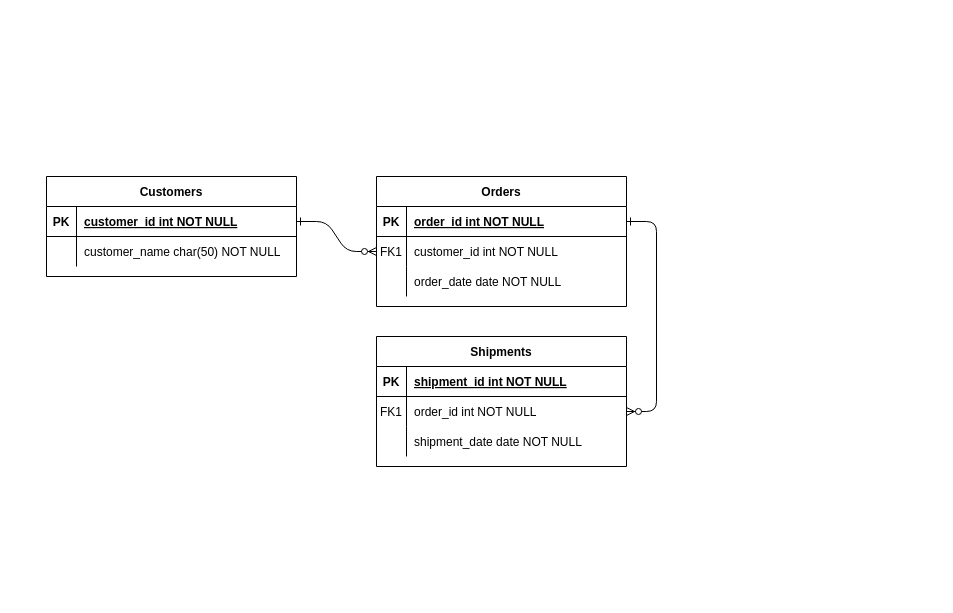
Above: Modelo relacional 8.drawio in Ash-code12/Diagramas (draw.io), before the change. Source tidied: cells renumbered, new cells numbered last; positions are measured from the earlier drawing's top-left corner, leaving out a move shared by most shapes. Both pictures are drawn from the tidied source at 100%, with x=0, y=0 at pixel (46, 176).
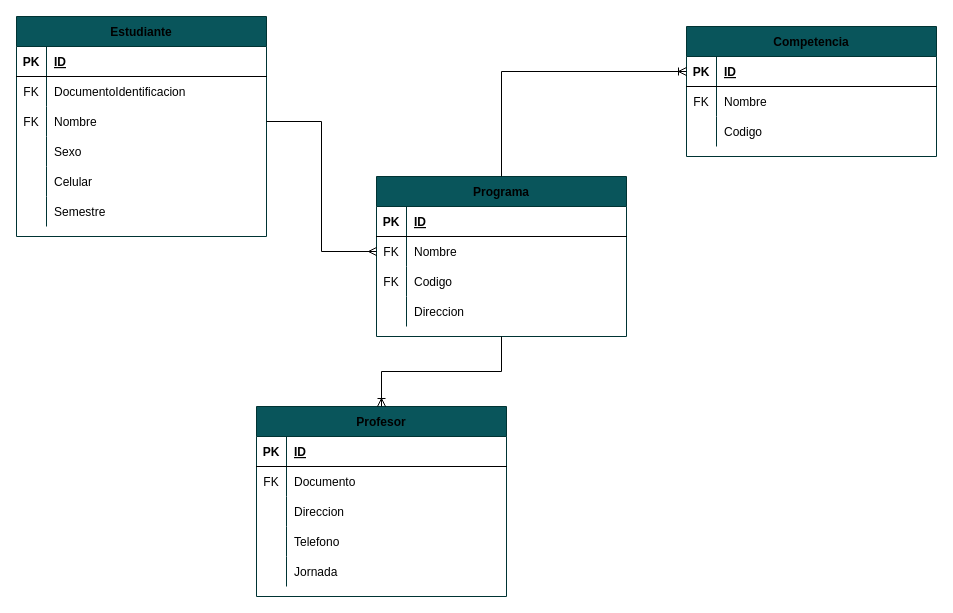
The same page after the edit.

Diff of the diagram source:
```diff
@@
-    <mxCell id="2" style="edgeStyle=entityRelationEdgeStyle;endArrow=ERzeroToMany;startArrow=ERone;endFill=1;startFill=0;" parent="1" edge="1" source="25" target="8">
-      <mxGeometry relative="1" as="geometry" />
-    </mxCell>
-    <mxCell id="3" style="edgeStyle=entityRelationEdgeStyle;endArrow=ERzeroToMany;startArrow=ERone;endFill=1;startFill=0;" parent="1" edge="1" source="5" target="18">
-      <mxGeometry relative="1" as="geometry" />
-    </mxCell>
-    <mxCell id="4" value="Orders" style="shape=table;startSize=30;childLayout=tableLayout;rowLines=0;fontStyle=1;align=center;" parent="1" vertex="1">
-      <mxGeometry x="330" width="250" height="130" as="geometry" />
+    <mxCell id="4" value="Programa" style="shape=table;startSize=30;childLayout=tableLayout;rowLines=0;fontStyle=1;align=center;labelBackgroundColor=none;fillColor=#09555B;strokeColor=#003333;" parent="1" vertex="1">
+      <mxGeometry x="330" width="250" height="160" as="geometry" />
     </mxCell>
-    <mxCell id="5" style="shape=partialRectangle;fillColor=none;points=[[0,0.5],[1,0.5]];portConstraint=eastwest;top=0;left=0;right=0;bottom=1;" parent="4" vertex="1">
+    <mxCell id="5" style="shape=partialRectangle;fillColor=none;points=[[0,0.5],[1,0.5]];portConstraint=eastwest;top=0;left=0;right=0;bottom=1;labelBackgroundColor=none;" parent="4" vertex="1">
       <mxGeometry y="30" width="250" height="30" as="geometry" />
     </mxCell>
-    <mxCell id="6" value="PK" style="shape=partialRectangle;overflow=hidden;fillColor=none;top=0;left=0;bottom=0;right=0;fontStyle=1;" parent="5" vertex="1">
+    <mxCell id="6" value="PK" style="shape=partialRectangle;overflow=hidden;fillColor=none;top=0;left=0;bottom=0;right=0;fontStyle=1;labelBackgroundColor=none;" parent="5" vertex="1">
       <mxGeometry width="30" height="30" as="geometry" />
     </mxCell>
-    <mxCell id="7" value="order_id int NOT NULL " style="shape=partialRectangle;overflow=hidden;fillColor=none;top=0;left=0;bottom=0;right=0;align=left;spacingLeft=6;fontStyle=5;" parent="5" vertex="1">
+    <mxCell id="7" value="ID" style="shape=partialRectangle;overflow=hidden;fillColor=none;top=0;left=0;bottom=0;right=0;align=left;spacingLeft=6;fontStyle=5;labelBackgroundColor=none;" parent="5" vertex="1">
       <mxGeometry x="30" width="220" height="30" as="geometry" />
     </mxCell>
-    <mxCell id="8" style="shape=partialRectangle;fillColor=none;points=[[0,0.5],[1,0.5]];portConstraint=eastwest;top=0;left=0;right=0;bottom=0;" parent="4" vertex="1">
+    <mxCell id="8" style="shape=partialRectangle;fillColor=none;points=[[0,0.5],[1,0.5]];portConstraint=eastwest;top=0;left=0;right=0;bottom=0;labelBackgroundColor=none;" parent="4" vertex="1">
       <mxGeometry y="60" width="250" height="30" as="geometry" />
     </mxCell>
-    <mxCell id="9" value="FK1" style="shape=partialRectangle;overflow=hidden;fillColor=none;top=0;left=0;bottom=0;right=0;" parent="8" vertex="1">
+    <mxCell id="9" value="FK" style="shape=partialRectangle;overflow=hidden;fillColor=none;top=0;left=0;bottom=0;right=0;labelBackgroundColor=none;" parent="8" vertex="1">
       <mxGeometry width="30" height="30" as="geometry" />
     </mxCell>
-    <mxCell id="10" value="customer_id int NOT NULL" style="shape=partialRectangle;overflow=hidden;fillColor=none;top=0;left=0;bottom=0;right=0;align=left;spacingLeft=6;" parent="8" vertex="1">
+    <mxCell id="10" value="Nombre" style="shape=partialRectangle;overflow=hidden;fillColor=none;top=0;left=0;bottom=0;right=0;align=left;spacingLeft=6;labelBackgroundColor=none;" parent="8" vertex="1">
       <mxGeometry x="30" width="220" height="30" as="geometry" />
     </mxCell>
-    <mxCell id="11" style="shape=partialRectangle;fillColor=none;top=0;left=0;right=0;bottom=0;" parent="4" vertex="1">
+    <mxCell id="11" style="shape=partialRectangle;fillColor=none;top=0;left=0;right=0;bottom=0;labelBackgroundColor=none;" parent="4" vertex="1">
       <mxGeometry y="90" width="250" height="30" as="geometry" />
     </mxCell>
-    <mxCell id="12" style="shape=partialRectangle;overflow=hidden;fillColor=none;top=0;left=0;bottom=0;right=0;" parent="11" vertex="1">
+    <mxCell id="12" value="FK" style="shape=partialRectangle;overflow=hidden;fillColor=none;top=0;left=0;bottom=0;right=0;labelBackgroundColor=none;" parent="11" vertex="1">
       <mxGeometry width="30" height="30" as="geometry" />
     </mxCell>
-    <mxCell id="13" value="order_date date NOT NULL" style="shape=partialRectangle;overflow=hidden;fillColor=none;top=0;left=0;bottom=0;right=0;align=left;spacingLeft=6;" parent="11" vertex="1">
+    <mxCell id="13" value="Codigo" style="shape=partialRectangle;overflow=hidden;fillColor=none;top=0;left=0;bottom=0;right=0;align=left;spacingLeft=6;labelBackgroundColor=none;strokeColor=#003333;" parent="11" vertex="1">
       <mxGeometry x="30" width="220" height="30" as="geometry" />
     </mxCell>
+    <mxCell id="31" style="shape=partialRectangle;fillColor=none;top=0;left=0;right=0;bottom=0;labelBackgroundColor=none;" parent="4" vertex="1">
+      <mxGeometry y="120" width="250" height="30" as="geometry" />
+    </mxCell>
+    <mxCell id="32" style="shape=partialRectangle;overflow=hidden;fillColor=none;top=0;left=0;bottom=0;right=0;labelBackgroundColor=none;" parent="31" vertex="1">
+      <mxGeometry width="30" height="30" as="geometry" />
+    </mxCell>
+    <mxCell id="33" value="Direccion" style="shape=partialRectangle;overflow=hidden;fillColor=none;top=0;left=0;bottom=0;right=0;align=left;spacingLeft=6;labelBackgroundColor=none;" parent="31" vertex="1">
+      <mxGeometry x="30" width="220" height="30" as="geometry" />
+    </mxCell>
-    <mxCell id="14" value="Shipments" style="shape=table;startSize=30;childLayout=tableLayout;rowLines=0;fontStyle=1;align=center;" parent="1" vertex="1">
-      <mxGeometry x="330" y="160" width="250" height="130" as="geometry" />
+    <mxCell id="14" value="Profesor" style="shape=table;startSize=30;childLayout=tableLayout;rowLines=0;fontStyle=1;align=center;labelBackgroundColor=none;fillColor=#09555B;strokeColor=#003333;" parent="1" vertex="1">
+      <mxGeometry x="210" y="230" width="250" height="190" as="geometry" />
     </mxCell>
-    <mxCell id="15" style="shape=partialRectangle;fillColor=none;top=0;left=0;right=0;bottom=1;" parent="14" vertex="1">
+    <mxCell id="15" style="shape=partialRectangle;fillColor=none;top=0;left=0;right=0;bottom=1;labelBackgroundColor=none;" parent="14" vertex="1">
       <mxGeometry y="30" width="250" height="30" as="geometry" />
     </mxCell>
-    <mxCell id="16" value="PK" style="shape=partialRectangle;overflow=hidden;fillColor=none;top=0;left=0;bottom=0;right=0;fontStyle=1;" parent="15" vertex="1">
+    <mxCell id="16" value="PK" style="shape=partialRectangle;overflow=hidden;fillColor=none;top=0;left=0;bottom=0;right=0;fontStyle=1;labelBackgroundColor=none;" parent="15" vertex="1">
       <mxGeometry width="30" height="30" as="geometry" />
     </mxCell>
-    <mxCell id="17" value="shipment_id int NOT NULL " style="shape=partialRectangle;overflow=hidden;fillColor=none;top=0;left=0;bottom=0;right=0;align=left;spacingLeft=6;fontStyle=5;" parent="15" vertex="1">
+    <mxCell id="17" value="ID" style="shape=partialRectangle;overflow=hidden;fillColor=none;top=0;left=0;bottom=0;right=0;align=left;spacingLeft=6;fontStyle=5;labelBackgroundColor=none;" parent="15" vertex="1">
       <mxGeometry x="30" width="220" height="30" as="geometry" />
     </mxCell>
-    <mxCell id="18" style="shape=partialRectangle;fillColor=none;points=[[0,0.5],[1,0.5]];portConstraint=eastwest;top=0;left=0;right=0;bottom=0;" parent="14" vertex="1">
+    <mxCell id="18" style="shape=partialRectangle;fillColor=none;points=[[0,0.5],[1,0.5]];portConstraint=eastwest;top=0;left=0;right=0;bottom=0;labelBackgroundColor=none;" parent="14" vertex="1">
       <mxGeometry y="60" width="250" height="30" as="geometry" />
     </mxCell>
-    <mxCell id="19" value="FK1" style="shape=partialRectangle;overflow=hidden;fillColor=none;top=0;left=0;bottom=0;right=0;" parent="18" vertex="1">
+    <mxCell id="19" value="FK" style="shape=partialRectangle;overflow=hidden;fillColor=none;top=0;left=0;bottom=0;right=0;labelBackgroundColor=none;" parent="18" vertex="1">
       <mxGeometry width="30" height="30" as="geometry" />
     </mxCell>
-    <mxCell id="20" value="order_id int NOT NULL" style="shape=partialRectangle;overflow=hidden;fillColor=none;top=0;left=0;bottom=0;right=0;align=left;spacingLeft=6;" parent="18" vertex="1">
+    <mxCell id="20" value="Documento" style="shape=partialRectangle;overflow=hidden;fillColor=none;top=0;left=0;bottom=0;right=0;align=left;spacingLeft=6;labelBackgroundColor=none;" parent="18" vertex="1">
       <mxGeometry x="30" width="220" height="30" as="geometry" />
     </mxCell>
-    <mxCell id="21" style="shape=partialRectangle;fillColor=none;top=0;left=0;right=0;bottom=0;" parent="14" vertex="1">
-      <mxGeometry y="90" width="250" height="30" as="geometry" />
-    </mxCell>
-    <mxCell id="22" style="shape=partialRectangle;overflow=hidden;fillColor=none;top=0;left=0;bottom=0;right=0;" parent="21" vertex="1">
-      <mxGeometry width="30" height="30" as="geometry" />
-    </mxCell>
-    <mxCell id="23" value="shipment_date date NOT NULL" style="shape=partialRectangle;overflow=hidden;fillColor=none;top=0;left=0;bottom=0;right=0;align=left;spacingLeft=6;" parent="21" vertex="1">
-      <mxGeometry x="30" width="220" height="30" as="geometry" />
-    </mxCell>
+    <mxCell id="34" style="shape=partialRectangle;fillColor=none;top=0;left=0;right=0;bottom=0;labelBackgroundColor=none;" parent="14" vertex="1">
+      <mxGeometry y="90" width="250" height="30" as="geometry" />
+    </mxCell>
+    <mxCell id="35" style="shape=partialRectangle;overflow=hidden;fillColor=none;top=0;left=0;bottom=0;right=0;labelBackgroundColor=none;" parent="34" vertex="1">
+      <mxGeometry width="30" height="30" as="geometry" />
+    </mxCell>
+    <mxCell id="36" value="Direccion" style="shape=partialRectangle;overflow=hidden;fillColor=none;top=0;left=0;bottom=0;right=0;align=left;spacingLeft=6;labelBackgroundColor=none;strokeColor=#003333;" parent="34" vertex="1">
+      <mxGeometry x="30" width="220" height="30" as="geometry" />
+    </mxCell>
+    <mxCell id="37" style="shape=partialRectangle;fillColor=none;top=0;left=0;right=0;bottom=0;labelBackgroundColor=none;" parent="14" vertex="1">
+      <mxGeometry y="120" width="250" height="30" as="geometry" />
+    </mxCell>
+    <mxCell id="38" style="shape=partialRectangle;overflow=hidden;fillColor=none;top=0;left=0;bottom=0;right=0;labelBackgroundColor=none;" parent="37" vertex="1">
+      <mxGeometry width="30" height="30" as="geometry" />
+    </mxCell>
+    <mxCell id="39" value="Telefono" style="shape=partialRectangle;overflow=hidden;fillColor=none;top=0;left=0;bottom=0;right=0;align=left;spacingLeft=6;labelBackgroundColor=none;" parent="37" vertex="1">
+      <mxGeometry x="30" width="220" height="30" as="geometry" />
+    </mxCell>
+    <mxCell id="40" style="shape=partialRectangle;fillColor=none;top=0;left=0;right=0;bottom=0;labelBackgroundColor=none;" parent="14" vertex="1">
+      <mxGeometry y="150" width="250" height="30" as="geometry" />
+    </mxCell>
+    <mxCell id="41" style="shape=partialRectangle;overflow=hidden;fillColor=none;top=0;left=0;bottom=0;right=0;labelBackgroundColor=none;" parent="40" vertex="1">
+      <mxGeometry width="30" height="30" as="geometry" />
+    </mxCell>
+    <mxCell id="42" value="Jornada" style="shape=partialRectangle;overflow=hidden;fillColor=none;top=0;left=0;bottom=0;right=0;align=left;spacingLeft=6;labelBackgroundColor=none;" parent="40" vertex="1">
+      <mxGeometry x="30" width="220" height="30" as="geometry" />
+    </mxCell>
-    <mxCell id="24" value="Customers" style="shape=table;startSize=30;childLayout=tableLayout;rowLines=0;fontStyle=1;align=center;" parent="1" vertex="1">
-      <mxGeometry width="250" height="100" as="geometry" />
+    <mxCell id="24" value="Estudiante" style="shape=table;startSize=30;childLayout=tableLayout;rowLines=0;fontStyle=1;align=center;labelBackgroundColor=none;fillColor=#09555B;strokeColor=#003333;" parent="1" vertex="1">
+      <mxGeometry x="-30" y="-160" width="250" height="220" as="geometry" />
     </mxCell>
-    <mxCell id="25" style="shape=partialRectangle;fillColor=none;points=[[0,0.5],[1,0.5]];portConstraint=eastwest;top=0;left=0;right=0;bottom=1;" parent="24" vertex="1">
+    <mxCell id="25" style="shape=partialRectangle;fillColor=none;points=[[0,0.5],[1,0.5]];portConstraint=eastwest;top=0;left=0;right=0;bottom=1;labelBackgroundColor=none;" parent="24" vertex="1">
       <mxGeometry y="30" width="250" height="30" as="geometry" />
     </mxCell>
-    <mxCell id="26" value="PK" style="shape=partialRectangle;overflow=hidden;fillColor=none;top=0;left=0;bottom=0;right=0;fontStyle=1;" parent="25" vertex="1">
+    <mxCell id="26" value="PK" style="shape=partialRectangle;overflow=hidden;fillColor=none;top=0;left=0;bottom=0;right=0;fontStyle=1;labelBackgroundColor=none;" parent="25" vertex="1">
       <mxGeometry width="30" height="30" as="geometry" />
     </mxCell>
-    <mxCell id="27" value="customer_id int NOT NULL " style="shape=partialRectangle;overflow=hidden;fillColor=none;top=0;left=0;bottom=0;right=0;align=left;spacingLeft=6;fontStyle=5;" parent="25" vertex="1">
+    <mxCell id="27" value="ID" style="shape=partialRectangle;overflow=hidden;fillColor=none;top=0;left=0;bottom=0;right=0;align=left;spacingLeft=6;fontStyle=5;labelBackgroundColor=none;" parent="25" vertex="1">
       <mxGeometry x="30" width="220" height="30" as="geometry" />
     </mxCell>
-    <mxCell id="28" style="shape=partialRectangle;fillColor=none;top=0;left=0;right=0;bottom=0;" parent="24" vertex="1">
-      <mxGeometry y="60" width="250" height="30" as="geometry" />
-    </mxCell>
-    <mxCell id="29" style="shape=partialRectangle;overflow=hidden;fillColor=none;top=0;left=0;bottom=0;right=0;" parent="28" vertex="1">
-      <mxGeometry width="30" height="30" as="geometry" />
-    </mxCell>
-    <mxCell id="30" value="customer_name char(50) NOT NULL" style="shape=partialRectangle;overflow=hidden;fillColor=none;top=0;left=0;bottom=0;right=0;align=left;spacingLeft=6;" parent="28" vertex="1">
-      <mxGeometry x="30" width="220" height="30" as="geometry" />
-    </mxCell>
+    <mxCell id="43" style="shape=partialRectangle;fillColor=none;top=0;left=0;right=0;bottom=0;labelBackgroundColor=none;" parent="24" vertex="1">
+      <mxGeometry y="60" width="250" height="30" as="geometry" />
+    </mxCell>
+    <mxCell id="44" value="FK" style="shape=partialRectangle;overflow=hidden;fillColor=none;top=0;left=0;bottom=0;right=0;labelBackgroundColor=none;" parent="43" vertex="1">
+      <mxGeometry width="30" height="30" as="geometry" />
+    </mxCell>
+    <mxCell id="45" value="DocumentoIdentificacion" style="shape=partialRectangle;overflow=hidden;fillColor=none;top=0;left=0;bottom=0;right=0;align=left;spacingLeft=6;labelBackgroundColor=none;" parent="43" vertex="1">
+      <mxGeometry x="30" width="220" height="30" as="geometry" />
+    </mxCell>
+    <mxCell id="46" style="shape=partialRectangle;fillColor=none;points=[[0,0.5],[1,0.5]];portConstraint=eastwest;top=0;left=0;right=0;bottom=0;labelBackgroundColor=none;" parent="24" vertex="1">
+      <mxGeometry y="90" width="250" height="30" as="geometry" />
+    </mxCell>
+    <mxCell id="47" value="FK" style="shape=partialRectangle;overflow=hidden;fillColor=none;top=0;left=0;bottom=0;right=0;labelBackgroundColor=none;" parent="46" vertex="1">
+      <mxGeometry width="30" height="30" as="geometry" />
+    </mxCell>
+    <mxCell id="48" value="Nombre" style="shape=partialRectangle;overflow=hidden;fillColor=none;top=0;left=0;bottom=0;right=0;align=left;spacingLeft=6;labelBackgroundColor=none;" parent="46" vertex="1">
+      <mxGeometry x="30" width="220" height="30" as="geometry" />
+    </mxCell>
+    <mxCell id="49" style="shape=partialRectangle;fillColor=none;top=0;left=0;right=0;bottom=0;labelBackgroundColor=none;" parent="24" vertex="1">
+      <mxGeometry y="120" width="250" height="30" as="geometry" />
+    </mxCell>
+    <mxCell id="50" style="shape=partialRectangle;overflow=hidden;fillColor=none;top=0;left=0;bottom=0;right=0;labelBackgroundColor=none;" parent="49" vertex="1">
+      <mxGeometry width="30" height="30" as="geometry" />
+    </mxCell>
+    <mxCell id="51" value="Sexo" style="shape=partialRectangle;overflow=hidden;fillColor=none;top=0;left=0;bottom=0;right=0;align=left;spacingLeft=6;labelBackgroundColor=none;" parent="49" vertex="1">
+      <mxGeometry x="30" width="220" height="30" as="geometry" />
+    </mxCell>
+    <mxCell id="52" style="shape=partialRectangle;fillColor=none;top=0;left=0;right=0;bottom=0;labelBackgroundColor=none;" parent="24" vertex="1">
+      <mxGeometry y="150" width="250" height="30" as="geometry" />
+    </mxCell>
+    <mxCell id="53" style="shape=partialRectangle;overflow=hidden;fillColor=none;top=0;left=0;bottom=0;right=0;labelBackgroundColor=none;" parent="52" vertex="1">
+      <mxGeometry width="30" height="30" as="geometry" />
+    </mxCell>
+    <mxCell id="54" value="Celular" style="shape=partialRectangle;overflow=hidden;fillColor=none;top=0;left=0;bottom=0;right=0;align=left;spacingLeft=6;labelBackgroundColor=none;" parent="52" vertex="1">
+      <mxGeometry x="30" width="220" height="30" as="geometry" />
+    </mxCell>
+    <mxCell id="55" style="shape=partialRectangle;fillColor=none;top=0;left=0;right=0;bottom=0;labelBackgroundColor=none;" parent="24" vertex="1">
+      <mxGeometry y="180" width="250" height="30" as="geometry" />
+    </mxCell>
+    <mxCell id="56" style="shape=partialRectangle;overflow=hidden;fillColor=none;top=0;left=0;bottom=0;right=0;labelBackgroundColor=none;" parent="55" vertex="1">
+      <mxGeometry width="30" height="30" as="geometry" />
+    </mxCell>
+    <mxCell id="57" value="Semestre" style="shape=partialRectangle;overflow=hidden;fillColor=none;top=0;left=0;bottom=0;right=0;align=left;spacingLeft=6;labelBackgroundColor=none;" parent="55" vertex="1">
+      <mxGeometry x="30" width="220" height="30" as="geometry" />
+    </mxCell>
+    <mxCell id="58" value="Competencia" style="shape=table;startSize=30;childLayout=tableLayout;rowLines=0;fontStyle=1;align=center;labelBackgroundColor=none;fillColor=#09555B;strokeColor=#003333;" parent="1" vertex="1">
+      <mxGeometry x="640" y="-150" width="250" height="130" as="geometry" />
+    </mxCell>
+    <mxCell id="59" style="shape=partialRectangle;fillColor=none;points=[[0,0.5],[1,0.5]];portConstraint=eastwest;top=0;left=0;right=0;bottom=1;labelBackgroundColor=none;" parent="58" vertex="1">
+      <mxGeometry y="30" width="250" height="30" as="geometry" />
+    </mxCell>
+    <mxCell id="60" value="PK" style="shape=partialRectangle;overflow=hidden;fillColor=none;top=0;left=0;bottom=0;right=0;fontStyle=1;labelBackgroundColor=none;" parent="59" vertex="1">
+      <mxGeometry width="30" height="30" as="geometry" />
+    </mxCell>
+    <mxCell id="61" value="ID" style="shape=partialRectangle;overflow=hidden;fillColor=none;top=0;left=0;bottom=0;right=0;align=left;spacingLeft=6;fontStyle=5;labelBackgroundColor=none;" parent="59" vertex="1">
+      <mxGeometry x="30" width="220" height="30" as="geometry" />
+    </mxCell>
+    <mxCell id="62" style="shape=partialRectangle;fillColor=none;top=0;left=0;right=0;bottom=0;labelBackgroundColor=none;" parent="58" vertex="1">
+      <mxGeometry y="60" width="250" height="30" as="geometry" />
+    </mxCell>
+    <mxCell id="63" value="FK" style="shape=partialRectangle;overflow=hidden;fillColor=none;top=0;left=0;bottom=0;right=0;labelBackgroundColor=none;" parent="62" vertex="1">
+      <mxGeometry width="30" height="30" as="geometry" />
+    </mxCell>
+    <mxCell id="64" value="Nombre" style="shape=partialRectangle;overflow=hidden;fillColor=none;top=0;left=0;bottom=0;right=0;align=left;spacingLeft=6;labelBackgroundColor=none;" parent="62" vertex="1">
+      <mxGeometry x="30" width="220" height="30" as="geometry" />
+    </mxCell>
+    <mxCell id="65" style="shape=partialRectangle;fillColor=none;top=0;left=0;right=0;bottom=0;labelBackgroundColor=none;" parent="58" vertex="1">
+      <mxGeometry y="90" width="250" height="30" as="geometry" />
+    </mxCell>
+    <mxCell id="66" style="shape=partialRectangle;overflow=hidden;fillColor=none;top=0;left=0;bottom=0;right=0;labelBackgroundColor=none;" parent="65" vertex="1">
+      <mxGeometry width="30" height="30" as="geometry" />
+    </mxCell>
+    <mxCell id="67" value="Codigo" style="shape=partialRectangle;overflow=hidden;fillColor=none;top=0;left=0;bottom=0;right=0;align=left;spacingLeft=6;labelBackgroundColor=none;" parent="65" vertex="1">
+      <mxGeometry x="30" width="220" height="30" as="geometry" />
+    </mxCell>
+    <mxCell id="68" style="edgeStyle=orthogonalEdgeStyle;fontSize=12;html=1;endArrow=ERoneToMany;rounded=0;exitX=0.5;exitY=0;exitDx=0;exitDy=0;entryX=0;entryY=0.5;entryDx=0;entryDy=0;labelBackgroundColor=none;fontColor=default;" parent="1" edge="1" source="4" target="59">
+      <mxGeometry relative="1" as="geometry">
+        <Array as="points">
+          <mxPoint x="455" y="-105" />
+        </Array>
+      </mxGeometry>
+    </mxCell>
+    <mxCell id="69" style="edgeStyle=orthogonalEdgeStyle;fontSize=12;html=1;endArrow=ERmany;rounded=0;entryX=0;entryY=0.5;entryDx=0;entryDy=0;exitX=1;exitY=0.5;exitDx=0;exitDy=0;labelBackgroundColor=none;fontColor=default;" parent="1" edge="1" source="46" target="8">
+      <mxGeometry relative="1" as="geometry" />
+    </mxCell>
+    <mxCell id="70" style="edgeStyle=orthogonalEdgeStyle;fontSize=12;html=1;endArrow=ERoneToMany;rounded=0;exitX=0.5;exitY=1;exitDx=0;exitDy=0;entryX=0.5;entryY=0;entryDx=0;entryDy=0;labelBackgroundColor=none;fontColor=default;" parent="1" edge="1" source="4" target="14">
+      <mxGeometry relative="1" as="geometry" />
+    </mxCell>
```
